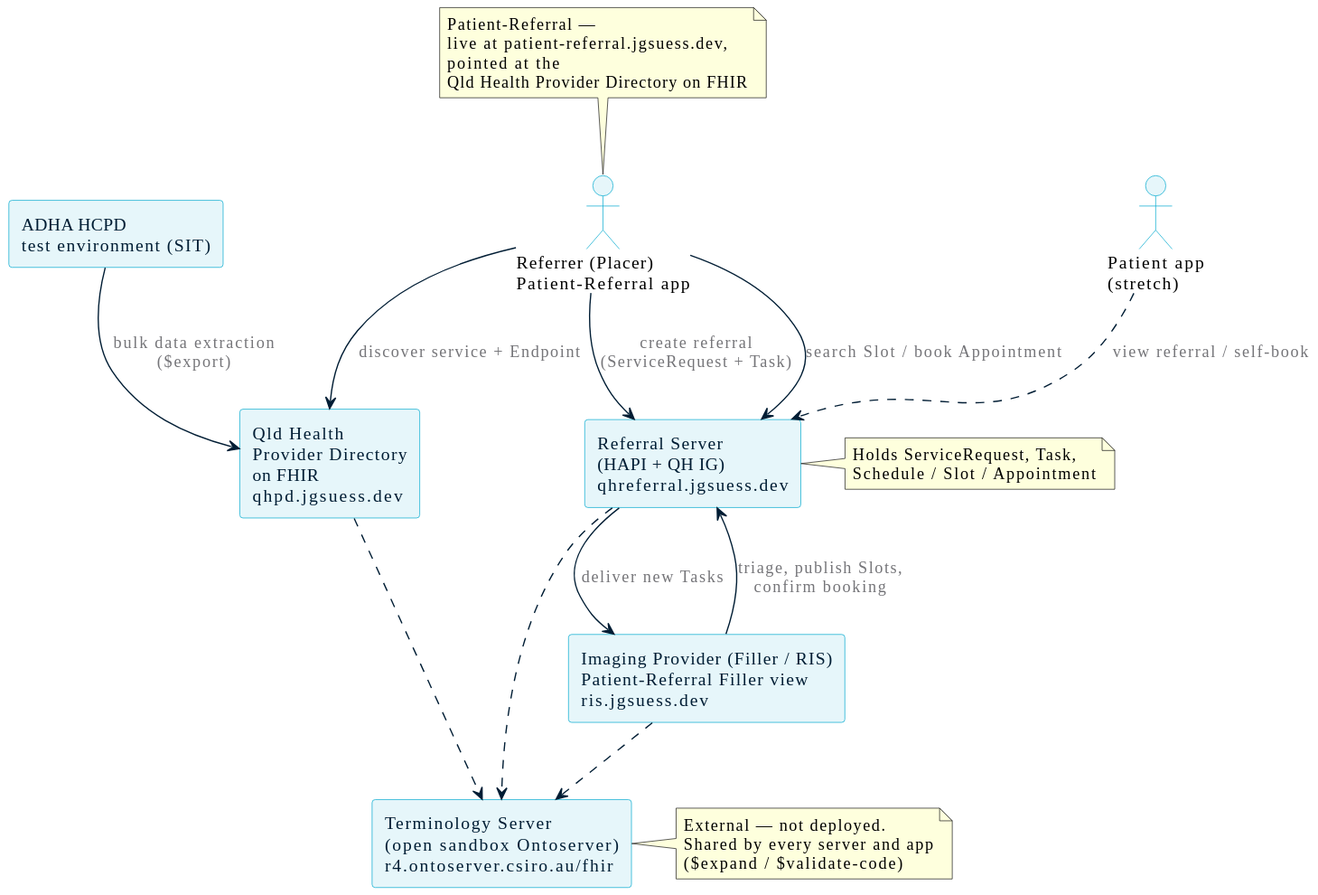
This is 2026-10-29/2-FHIR-For-Services/slides/diagrams/architecture.svg from aehrc/qh-connectathon, a PlantUML export, as it was before one commit.
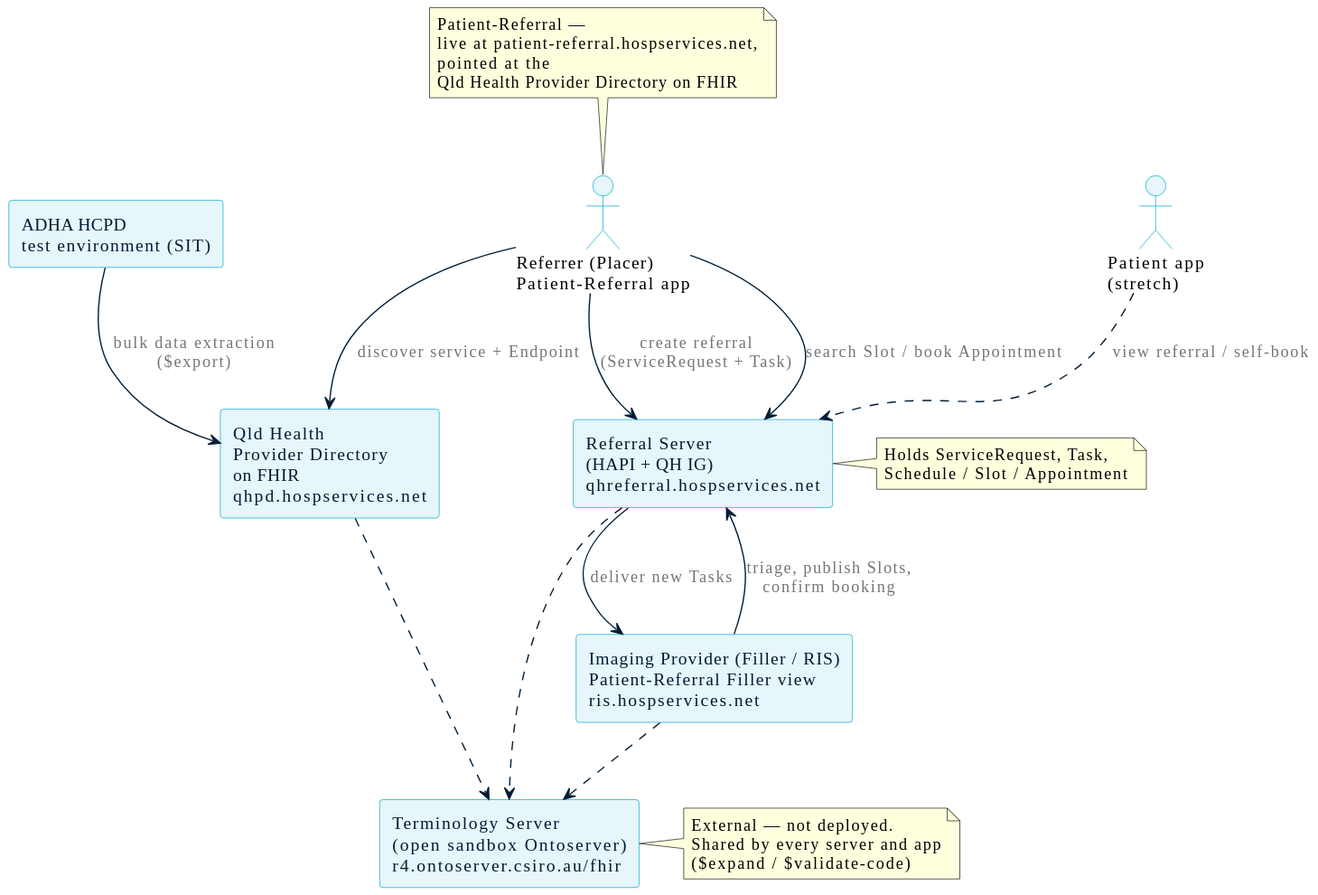
Later version of the same file.

Diff of the diagram source:
```diff
@@ -16,10 +16,10 @@
 skinparam ArrowFontColor #757579
 
 actor "Referrer (Placer)\nPatient-Referral app" as R
-component "Qld Health\nProvider Directory\non FHIR\nqhpd.jgsuess.dev" as D
+component "Qld Health\nProvider Directory\non FHIR\nqhpd.hospservices.net" as D
 component "ADHA HCPD\ntest environment (SIT)" as H
-component "Referral Server\n(HAPI + QH IG)\nqhreferral.jgsuess.dev" as S
-component "Imaging Provider (Filler / RIS)\nPatient-Referral Filler view\nris.jgsuess.dev" as F
+component "Referral Server\n(HAPI + QH IG)\nqhreferral.hospservices.net" as S
+component "Imaging Provider (Filler / RIS)\nPatient-Referral Filler view\nris.hospservices.net" as F
 actor "Patient app\n(stretch)" as P
 component "Terminology Server\n(open sandbox Ontoserver)\nr4.ontoserver.csiro.au/fhir" as T
 
@@ -48,7 +48,7 @@
 
 note top of R
   Patient-Referral —
-  live at patient-referral.jgsuess.dev,
+  live at patient-referral.hospservices.net,
   pointed at the
   Qld Health Provider Directory on FHIR
 end note
```
